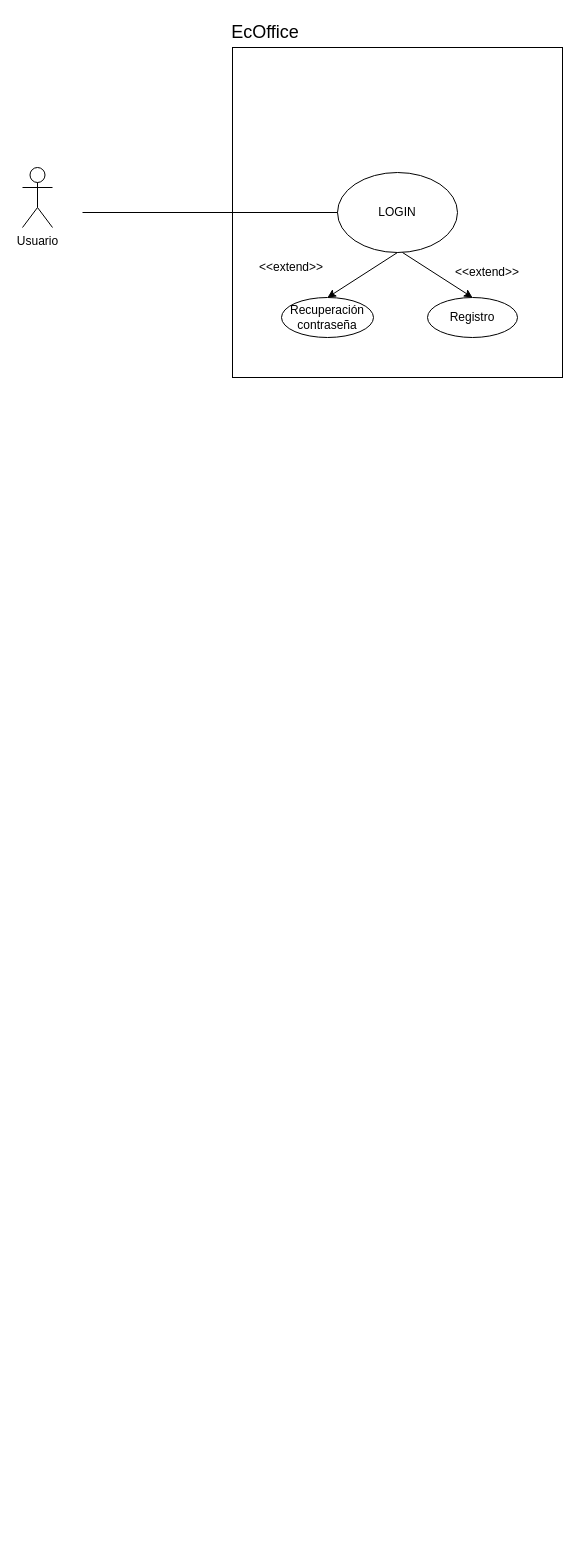
HaasjamesDEV/EcOffice keeps this draw.io diagram as EcOffice casos de uso.drawio. Above is the earlier version. Source tidied: cells renumbered, new cells numbered last; positions are measured from the earlier drawing's top-left corner, leaving out a move shared by most shapes. Both pictures are drawn from the tidied source at 100%, with x=0, y=0 at pixel (22, 17).
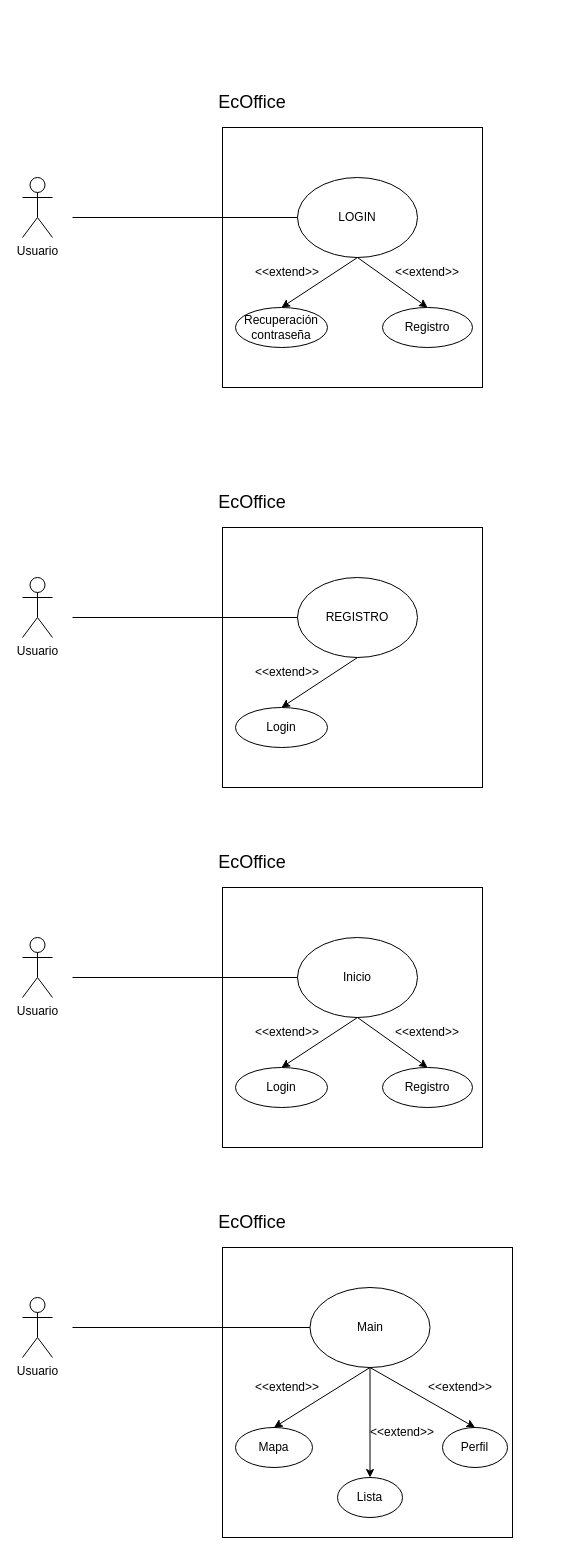
Above is the later version.

The edit, as a diff of the source:
```diff
@@
     <mxCell id="2" style="whiteSpace=wrap;html=1;" parent="1" vertex="1">
-      <mxGeometry x="210" y="30" width="330" height="330" as="geometry" />
+      <mxGeometry x="200" y="110" width="260" height="260" as="geometry" />
     </mxCell>
     <mxCell id="3" value="Usuario" style="shape=umlActor;verticalLabelPosition=bottom;verticalAlign=top;html=1;" parent="1" vertex="1">
-      <mxGeometry y="150" width="30" height="60" as="geometry" />
+      <mxGeometry y="160" width="30" height="60" as="geometry" />
     </mxCell>
     <mxCell id="4" value="LOGIN" style="ellipse;whiteSpace=wrap;html=1;" parent="1" vertex="1">
-      <mxGeometry x="315" y="155" width="120" height="80" as="geometry" />
+      <mxGeometry x="275" y="160" width="120" height="80" as="geometry" />
     </mxCell>
     <mxCell id="5" value="&lt;font style=&quot;font-size: 18px;&quot;&gt;EcOffice&lt;/font&gt;" style="text;html=1;align=center;verticalAlign=middle;whiteSpace=wrap;rounded=0;" parent="1" vertex="1">
-      <mxGeometry x="213" width="60" height="30" as="geometry" />
+      <mxGeometry x="200" y="70" width="60" height="30" as="geometry" />
     </mxCell>
     <mxCell id="6" style="endArrow=none;html=1;rounded=0;entryX=0;entryY=0.5;entryDx=0;entryDy=0;" parent="1" edge="1" target="4">
       <mxGeometry relative="1" as="geometry">
-        <mxPoint x="60" y="195" as="sourcePoint" />
+        <mxPoint x="50" y="200" as="sourcePoint" />
       </mxGeometry>
     </mxCell>
     <mxCell id="7" value="Recuperación contraseña" style="ellipse;whiteSpace=wrap;html=1;" parent="1" vertex="1">
-      <mxGeometry x="259" y="280" width="92" height="40" as="geometry" />
+      <mxGeometry x="213" y="290" width="92" height="40" as="geometry" />
     </mxCell>
@@
     <mxCell id="9" value="&amp;lt;&amp;lt;extend&amp;gt;&amp;gt;" style="text;html=1;align=center;verticalAlign=middle;whiteSpace=wrap;rounded=0;" parent="1" vertex="1">
-      <mxGeometry x="239" y="235" width="60" height="30" as="geometry" />
+      <mxGeometry x="235" y="240" width="60" height="30" as="geometry" />
     </mxCell>
-    <mxCell id="10" style="endArrow=classic;html=1;rounded=0;entryX=0.5;entryY=0;entryDx=0;entryDy=0;" parent="1" edge="1" target="11">
-      <mxGeometry relative="1" as="geometry">
-        <mxPoint x="380" y="235" as="sourcePoint" />
-      </mxGeometry>
+    <mxCell id="10" style="endArrow=classic;html=1;rounded=0;entryX=0.5;entryY=0;entryDx=0;entryDy=0;exitX=0.5;exitY=1;exitDx=0;exitDy=0;" parent="1" edge="1" source="4" target="11">
+      <mxGeometry relative="1" as="geometry" />
     </mxCell>
     <mxCell id="11" value="Registro" style="ellipse;whiteSpace=wrap;html=1;" parent="1" vertex="1">
-      <mxGeometry x="405" y="280" width="90" height="40" as="geometry" />
+      <mxGeometry x="360" y="290" width="90" height="40" as="geometry" />
     </mxCell>
     <mxCell id="12" value="&amp;lt;&amp;lt;extend&amp;gt;&amp;gt;" style="text;html=1;align=center;verticalAlign=middle;whiteSpace=wrap;rounded=0;" parent="1" vertex="1">
-      <mxGeometry x="435" y="240" width="60" height="30" as="geometry" />
+      <mxGeometry x="375" y="240" width="60" height="30" as="geometry" />
     </mxCell>
+    <mxCell id="13" style="whiteSpace=wrap;html=1;" parent="1" vertex="1">
+      <mxGeometry x="200" y="510" width="260" height="260" as="geometry" />
+    </mxCell>
+    <mxCell id="14" value="Usuario" style="shape=umlActor;verticalLabelPosition=bottom;verticalAlign=top;html=1;" parent="1" vertex="1">
+      <mxGeometry y="560" width="30" height="60" as="geometry" />
+    </mxCell>
+    <mxCell id="15" value="REGISTRO" style="ellipse;whiteSpace=wrap;html=1;" parent="1" vertex="1">
+      <mxGeometry x="275" y="560" width="120" height="80" as="geometry" />
+    </mxCell>
+    <mxCell id="16" value="&lt;font style=&quot;font-size: 18px;&quot;&gt;EcOffice&lt;/font&gt;" style="text;html=1;align=center;verticalAlign=middle;whiteSpace=wrap;rounded=0;" parent="1" vertex="1">
+      <mxGeometry x="200" y="470" width="60" height="30" as="geometry" />
+    </mxCell>
+    <mxCell id="17" style="endArrow=none;html=1;rounded=0;entryX=0;entryY=0.5;entryDx=0;entryDy=0;" parent="1" edge="1" target="15">
+      <mxGeometry relative="1" as="geometry">
+        <mxPoint x="50" y="600" as="sourcePoint" />
+      </mxGeometry>
+    </mxCell>
+    <mxCell id="18" value="Login" style="ellipse;whiteSpace=wrap;html=1;" parent="1" vertex="1">
+      <mxGeometry x="213" y="690" width="92" height="40" as="geometry" />
+    </mxCell>
+    <mxCell id="19" style="endArrow=classic;html=1;rounded=0;entryX=0.5;entryY=0;entryDx=0;entryDy=0;exitX=0.5;exitY=1;exitDx=0;exitDy=0;" parent="1" edge="1" source="15" target="18">
+      <mxGeometry relative="1" as="geometry" />
+    </mxCell>
+    <mxCell id="20" value="&amp;lt;&amp;lt;extend&amp;gt;&amp;gt;" style="text;html=1;align=center;verticalAlign=middle;whiteSpace=wrap;rounded=0;" parent="1" vertex="1">
+      <mxGeometry x="235" y="640" width="60" height="30" as="geometry" />
+    </mxCell>
+    <mxCell id="21" style="whiteSpace=wrap;html=1;" parent="1" vertex="1">
+      <mxGeometry x="200" y="870" width="260" height="260" as="geometry" />
+    </mxCell>
+    <mxCell id="22" value="Usuario" style="shape=umlActor;verticalLabelPosition=bottom;verticalAlign=top;html=1;" parent="1" vertex="1">
+      <mxGeometry y="920" width="30" height="60" as="geometry" />
+    </mxCell>
+    <mxCell id="23" value="Inicio" style="ellipse;whiteSpace=wrap;html=1;" parent="1" vertex="1">
+      <mxGeometry x="275" y="920" width="120" height="80" as="geometry" />
+    </mxCell>
+    <mxCell id="24" value="&lt;font style=&quot;font-size: 18px;&quot;&gt;EcOffice&lt;/font&gt;" style="text;html=1;align=center;verticalAlign=middle;whiteSpace=wrap;rounded=0;" parent="1" vertex="1">
+      <mxGeometry x="200" y="830" width="60" height="30" as="geometry" />
+    </mxCell>
+    <mxCell id="25" style="endArrow=none;html=1;rounded=0;entryX=0;entryY=0.5;entryDx=0;entryDy=0;" parent="1" edge="1" target="23">
+      <mxGeometry relative="1" as="geometry">
+        <mxPoint x="50" y="960" as="sourcePoint" />
+      </mxGeometry>
+    </mxCell>
+    <mxCell id="26" value="Login" style="ellipse;whiteSpace=wrap;html=1;" parent="1" vertex="1">
+      <mxGeometry x="213" y="1050" width="92" height="40" as="geometry" />
+    </mxCell>
+    <mxCell id="27" style="endArrow=classic;html=1;rounded=0;entryX=0.5;entryY=0;entryDx=0;entryDy=0;exitX=0.5;exitY=1;exitDx=0;exitDy=0;" parent="1" edge="1" source="23" target="26">
+      <mxGeometry relative="1" as="geometry" />
+    </mxCell>
+    <mxCell id="28" value="&amp;lt;&amp;lt;extend&amp;gt;&amp;gt;" style="text;html=1;align=center;verticalAlign=middle;whiteSpace=wrap;rounded=0;" parent="1" vertex="1">
+      <mxGeometry x="235" y="1000" width="60" height="30" as="geometry" />
+    </mxCell>
+    <mxCell id="29" style="endArrow=classic;html=1;rounded=0;entryX=0.5;entryY=0;entryDx=0;entryDy=0;exitX=0.5;exitY=1;exitDx=0;exitDy=0;" parent="1" edge="1" source="23" target="30">
+      <mxGeometry relative="1" as="geometry" />
+    </mxCell>
+    <mxCell id="30" value="Registro" style="ellipse;whiteSpace=wrap;html=1;" parent="1" vertex="1">
+      <mxGeometry x="360" y="1050" width="90" height="40" as="geometry" />
+    </mxCell>
+    <mxCell id="31" value="&amp;lt;&amp;lt;extend&amp;gt;&amp;gt;" style="text;html=1;align=center;verticalAlign=middle;whiteSpace=wrap;rounded=0;" parent="1" vertex="1">
+      <mxGeometry x="375" y="1000" width="60" height="30" as="geometry" />
+    </mxCell>
+    <mxCell id="32" style="whiteSpace=wrap;html=1;" parent="1" vertex="1">
+      <mxGeometry x="200" y="1230" width="290" height="290" as="geometry" />
+    </mxCell>
+    <mxCell id="33" value="Usuario" style="shape=umlActor;verticalLabelPosition=bottom;verticalAlign=top;html=1;" parent="1" vertex="1">
+      <mxGeometry y="1280" width="30" height="60" as="geometry" />
+    </mxCell>
+    <mxCell id="34" value="Main" style="ellipse;whiteSpace=wrap;html=1;" parent="1" vertex="1">
+      <mxGeometry x="287.5" y="1270" width="120" height="80" as="geometry" />
+    </mxCell>
+    <mxCell id="35" value="&lt;font style=&quot;font-size: 18px;&quot;&gt;EcOffice&lt;/font&gt;" style="text;html=1;align=center;verticalAlign=middle;whiteSpace=wrap;rounded=0;" parent="1" vertex="1">
+      <mxGeometry x="200" y="1190" width="60" height="30" as="geometry" />
+    </mxCell>
+    <mxCell id="36" style="endArrow=none;html=1;rounded=0;entryX=0;entryY=0.5;entryDx=0;entryDy=0;" parent="1" edge="1" target="34">
+      <mxGeometry relative="1" as="geometry">
+        <mxPoint x="50" y="1310" as="sourcePoint" />
+      </mxGeometry>
+    </mxCell>
+    <mxCell id="37" value="Mapa" style="ellipse;whiteSpace=wrap;html=1;" parent="1" vertex="1">
+      <mxGeometry x="213" y="1410" width="77" height="40" as="geometry" />
+    </mxCell>
+    <mxCell id="38" style="endArrow=classic;html=1;rounded=0;entryX=0.5;entryY=0;entryDx=0;entryDy=0;exitX=0.5;exitY=1;exitDx=0;exitDy=0;" parent="1" edge="1" source="34" target="37">
+      <mxGeometry relative="1" as="geometry" />
+    </mxCell>
+    <mxCell id="39" value="&amp;lt;&amp;lt;extend&amp;gt;&amp;gt;" style="text;html=1;align=center;verticalAlign=middle;whiteSpace=wrap;rounded=0;" parent="1" vertex="1">
+      <mxGeometry x="235" y="1355" width="60" height="30" as="geometry" />
+    </mxCell>
+    <mxCell id="40" style="endArrow=classic;html=1;rounded=0;entryX=0.5;entryY=0;entryDx=0;entryDy=0;exitX=0.5;exitY=1;exitDx=0;exitDy=0;" parent="1" edge="1" source="34" target="41">
+      <mxGeometry relative="1" as="geometry" />
+    </mxCell>
+    <mxCell id="41" value="Lista" style="ellipse;whiteSpace=wrap;html=1;" parent="1" vertex="1">
+      <mxGeometry x="315" y="1460" width="65" height="40" as="geometry" />
+    </mxCell>
+    <mxCell id="42" value="&amp;lt;&amp;lt;extend&amp;gt;&amp;gt;" style="text;html=1;align=center;verticalAlign=middle;whiteSpace=wrap;rounded=0;" parent="1" vertex="1">
+      <mxGeometry x="407.5" y="1355" width="60" height="30" as="geometry" />
+    </mxCell>
+    <mxCell id="43" value="Perfil" style="ellipse;whiteSpace=wrap;html=1;" parent="1" vertex="1">
+      <mxGeometry x="420" y="1410" width="65" height="40" as="geometry" />
+    </mxCell>
+    <mxCell id="44" style="endArrow=classic;html=1;rounded=0;entryX=0.5;entryY=0;entryDx=0;entryDy=0;exitX=0.5;exitY=1;exitDx=0;exitDy=0;" parent="1" edge="1" source="34" target="43">
+      <mxGeometry relative="1" as="geometry" />
+    </mxCell>
+    <mxCell id="45" value="&amp;lt;&amp;lt;extend&amp;gt;&amp;gt;" style="text;html=1;align=center;verticalAlign=middle;whiteSpace=wrap;rounded=0;" parent="1" vertex="1">
+      <mxGeometry x="350" y="1400" width="60" height="30" as="geometry" />
+    </mxCell>
```
